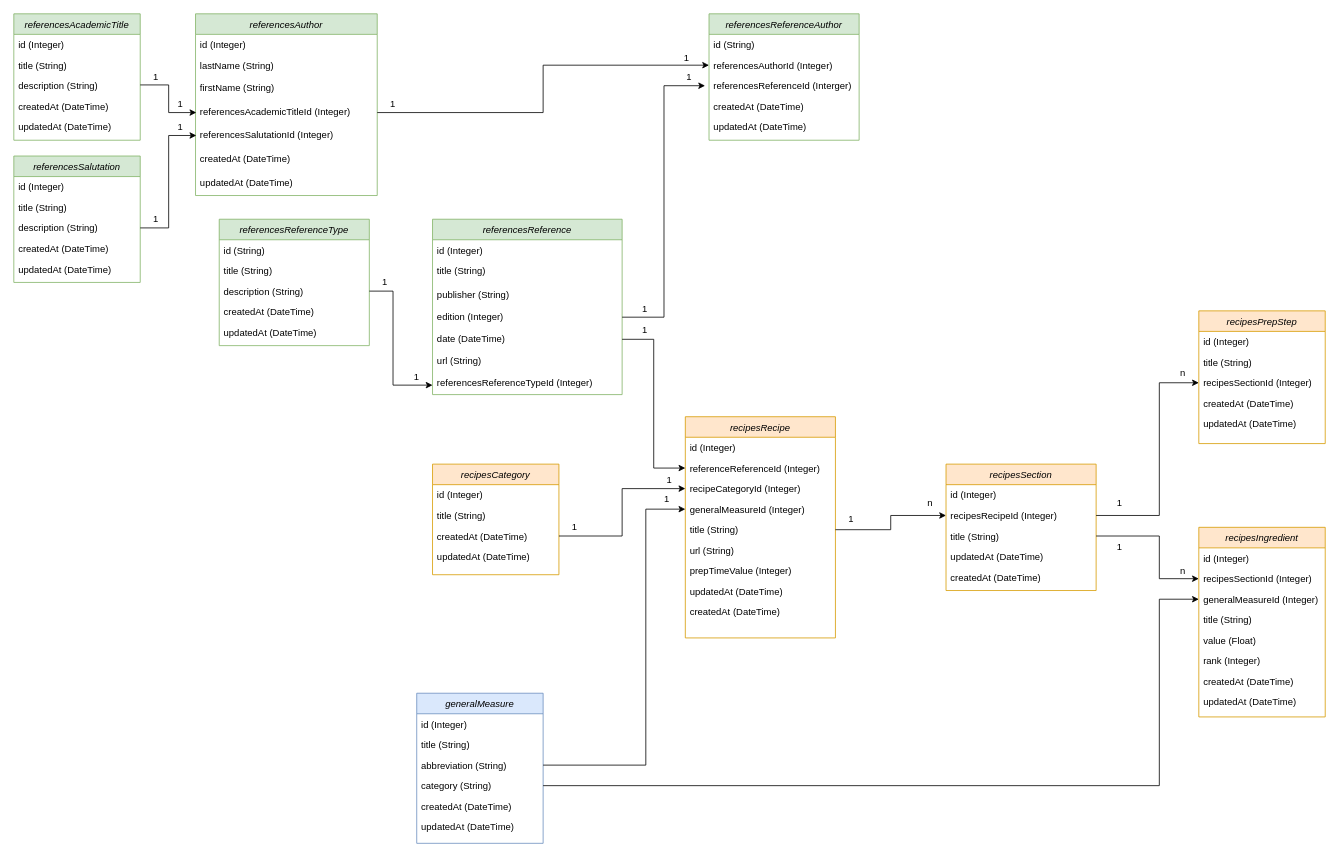
PfMartin/weGoNice keeps this draw.io diagram as documentation/backend/database-model/2021-11-08_Database-Model.drawio. Above is the earlier version. Source tidied: cells renumbered, new cells numbered last; positions are measured from the earlier drawing's top-left corner, leaving out a move shared by most shapes. Both pictures are drawn from the tidied source at 79%, with x=0, y=0 at pixel (13, 13).
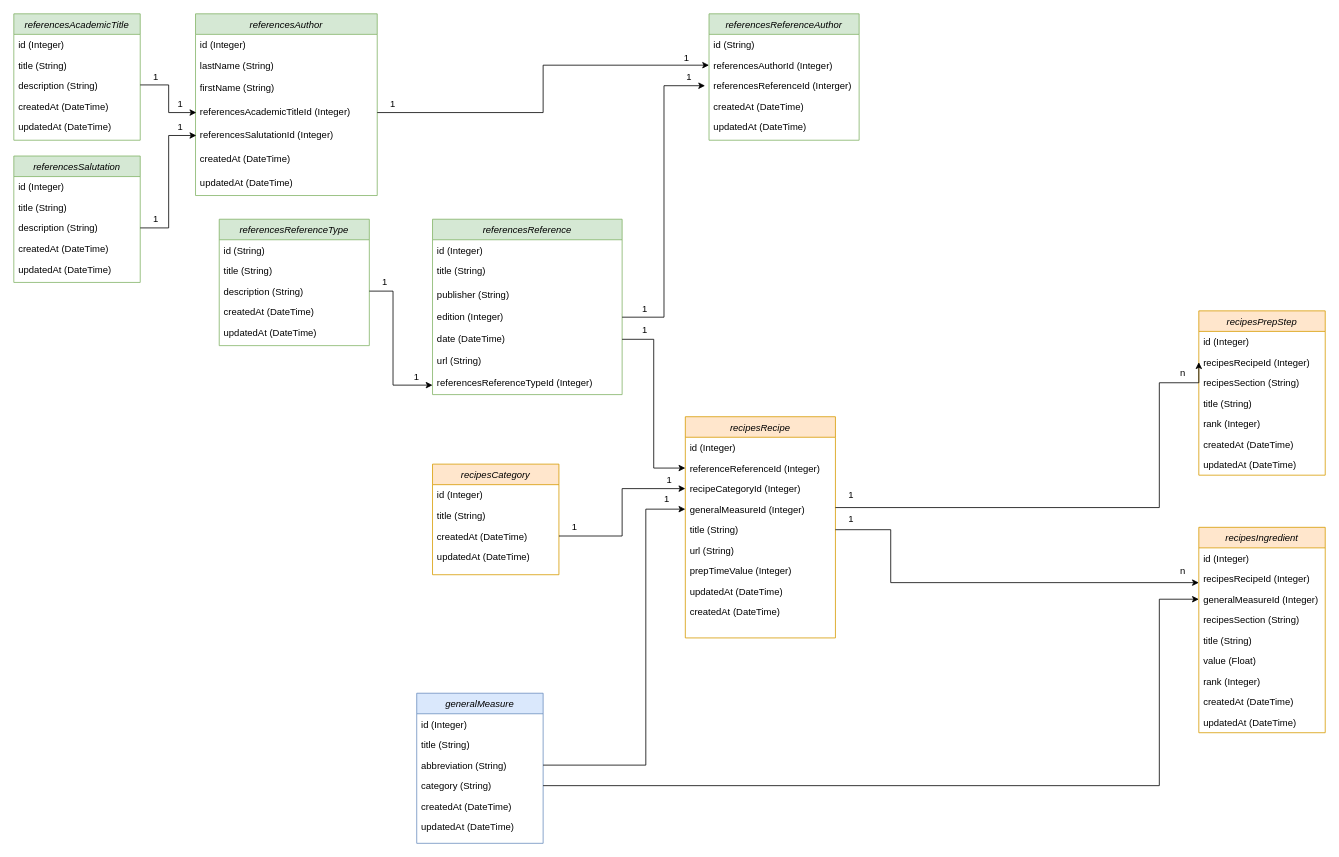
Above is the later version.

Commit message (it also covers changes not shown here):
Added the field 'recipeSection' to 'prepSteps' and 'ingredients' and updated the database documentation

The change refers to these unchanged cells:
```xml
<mxCell id="81" value="title (String)" style="text;align=left;verticalAlign=top;spacingLeft=4;spacingRight=4;overflow=hidden;points=[[0,0.5],[1,0.5]];portConstraint=eastwest;rounded=0;shadow=0;html=0;" parent="76" vertex="1">
  <mxGeometry y="130" width="190" height="26" as="geometry" />
</mxCell>
<mxCell id="110" value="1" style="text;html=1;strokeColor=none;fillColor=none;align=center;verticalAlign=middle;whiteSpace=wrap;rounded=0;" parent="1" vertex="1">
  <mxGeometry x="1040" y="625" width="40" height="30" as="geometry" />
</mxCell>
<mxCell id="114" value="n" style="text;html=1;strokeColor=none;fillColor=none;align=center;verticalAlign=middle;whiteSpace=wrap;rounded=0;" parent="1" vertex="1">
  <mxGeometry x="1460" y="690" width="40" height="30" as="geometry" />
</mxCell>
```

Diff of the diagram source:
```diff
@@
     <mxCell id="62" value="recipesIngredient" style="swimlane;fontStyle=2;align=center;verticalAlign=top;horizontal=1;startSize=26;rounded=0;shadow=0;strokeWidth=1;fillColor=#ffe6cc;strokeColor=#d79b00;" parent="1" vertex="1">
-      <mxGeometry x="1500" y="650" width="160" height="240" as="geometry" />
+      <mxGeometry x="1500" y="650" width="160" height="260" as="geometry" />
     </mxCell>
@@
-    <mxCell id="64" value="recipesSectionId (Integer)" style="text;align=left;verticalAlign=top;spacingLeft=4;spacingRight=4;overflow=hidden;points=[[0,0.5],[1,0.5]];portConstraint=eastwest;rounded=0;shadow=0;html=0;" parent="62" vertex="1">
+    <mxCell id="64" value="recipesRecipeId (Integer)" style="text;align=left;verticalAlign=top;spacingLeft=4;spacingRight=4;overflow=hidden;points=[[0,0.5],[1,0.5]];portConstraint=eastwest;rounded=0;shadow=0;html=0;" parent="62" vertex="1">
       <mxGeometry y="52" width="160" height="26" as="geometry" />
     </mxCell>
@@
+    <mxCell id="118" value="recipesSection (String)" style="text;align=left;verticalAlign=top;spacingLeft=4;spacingRight=4;overflow=hidden;rounded=0;shadow=0;html=0;" parent="62" vertex="1">
+      <mxGeometry y="104" width="160" height="26" as="geometry" />
+    </mxCell>
     <mxCell id="66" value="title (String)" style="text;align=left;verticalAlign=top;spacingLeft=4;spacingRight=4;overflow=hidden;rounded=0;shadow=0;html=0;" parent="62" vertex="1">
-      <mxGeometry y="104" width="160" height="26" as="geometry" />
+      <mxGeometry y="130" width="160" height="26" as="geometry" />
     </mxCell>
     <mxCell id="67" value="value (Float)" style="text;align=left;verticalAlign=top;spacingLeft=4;spacingRight=4;overflow=hidden;rounded=0;shadow=0;html=0;" parent="62" vertex="1">
-      <mxGeometry y="130" width="160" height="26" as="geometry" />
+      <mxGeometry y="156" width="160" height="26" as="geometry" />
     </mxCell>
     <mxCell id="68" value="rank (Integer)" style="text;align=left;verticalAlign=top;spacingLeft=4;spacingRight=4;overflow=hidden;rounded=0;shadow=0;html=0;" parent="62" vertex="1">
-      <mxGeometry y="156" width="160" height="26" as="geometry" />
+      <mxGeometry y="182" width="160" height="26" as="geometry" />
     </mxCell>
     <mxCell id="69" value="createdAt (DateTime)" style="text;align=left;verticalAlign=top;spacingLeft=4;spacingRight=4;overflow=hidden;rounded=0;shadow=0;html=0;" parent="62" vertex="1">
-      <mxGeometry y="182" width="160" height="26" as="geometry" />
+      <mxGeometry y="208" width="160" height="26" as="geometry" />
     </mxCell>
     <mxCell id="70" value="updatedAt (DateTime)" style="text;align=left;verticalAlign=top;spacingLeft=4;spacingRight=4;overflow=hidden;rounded=0;shadow=0;html=0;" parent="62" vertex="1">
-      <mxGeometry y="208" width="160" height="26" as="geometry" />
+      <mxGeometry y="234" width="160" height="26" as="geometry" />
     </mxCell>
@@
     <mxCell id="93" value="recipesPrepStep" style="swimlane;fontStyle=2;align=center;verticalAlign=top;horizontal=1;startSize=26;rounded=0;shadow=0;strokeWidth=1;fillColor=#ffe6cc;strokeColor=#d79b00;" parent="1" vertex="1">
-      <mxGeometry x="1500" y="376" width="160" height="168" as="geometry" />
+      <mxGeometry x="1500" y="376" width="160" height="208" as="geometry" />
     </mxCell>
@@
+    <mxCell id="96" value="recipesRecipeId (Integer)" style="text;align=left;verticalAlign=top;spacingLeft=4;spacingRight=4;overflow=hidden;points=[[0,0.5],[1,0.5]];portConstraint=eastwest;rounded=0;shadow=0;html=0;" parent="93" vertex="1">
+      <mxGeometry y="52" width="160" height="26" as="geometry" />
+    </mxCell>
+    <mxCell id="119" value="recipesSection (String)" style="text;align=left;verticalAlign=top;spacingLeft=4;spacingRight=4;overflow=hidden;rounded=0;shadow=0;html=0;" parent="93" vertex="1">
+      <mxGeometry y="78" width="160" height="26" as="geometry" />
+    </mxCell>
     <mxCell id="95" value="title (String)" style="text;align=left;verticalAlign=top;spacingLeft=4;spacingRight=4;overflow=hidden;rounded=0;shadow=0;html=0;" parent="93" vertex="1">
-      <mxGeometry y="52" width="160" height="26" as="geometry" />
+      <mxGeometry y="104" width="160" height="26" as="geometry" />
     </mxCell>
-    <mxCell id="96" value="recipesSectionId (Integer)" style="text;align=left;verticalAlign=top;spacingLeft=4;spacingRight=4;overflow=hidden;points=[[0,0.5],[1,0.5]];portConstraint=eastwest;rounded=0;shadow=0;html=0;" parent="93" vertex="1">
-      <mxGeometry y="78" width="160" height="26" as="geometry" />
-    </mxCell>
+    <mxCell id="120" value="rank (Integer)" style="text;align=left;verticalAlign=top;spacingLeft=4;spacingRight=4;overflow=hidden;rounded=0;shadow=0;html=0;" parent="93" vertex="1">
+      <mxGeometry y="130" width="160" height="26" as="geometry" />
+    </mxCell>
     <mxCell id="97" value="createdAt (DateTime)" style="text;align=left;verticalAlign=top;spacingLeft=4;spacingRight=4;overflow=hidden;rounded=0;shadow=0;html=0;" parent="93" vertex="1">
-      <mxGeometry y="104" width="160" height="26" as="geometry" />
+      <mxGeometry y="156" width="160" height="26" as="geometry" />
     </mxCell>
     <mxCell id="98" value="updatedAt (DateTime)" style="text;align=left;verticalAlign=top;spacingLeft=4;spacingRight=4;overflow=hidden;rounded=0;shadow=0;html=0;" parent="93" vertex="1">
-      <mxGeometry y="130" width="160" height="26" as="geometry" />
+      <mxGeometry y="182" width="160" height="26" as="geometry" />
     </mxCell>
@@
-    <mxCell id="103" value="recipesSection" style="swimlane;fontStyle=2;align=center;verticalAlign=top;horizontal=1;startSize=26;rounded=0;shadow=0;strokeWidth=1;fillColor=#ffe6cc;strokeColor=#d79b00;" parent="1" vertex="1">
-      <mxGeometry x="1180" y="570" width="190" height="160" as="geometry" />
-    </mxCell>
-    <mxCell id="104" value="id (Integer)" style="text;align=left;verticalAlign=top;spacingLeft=4;spacingRight=4;overflow=hidden;" parent="103" vertex="1">
-      <mxGeometry y="26" width="190" height="26" as="geometry" />
-    </mxCell>
-    <mxCell id="105" value="recipesRecipeId (Integer)" style="text;align=left;verticalAlign=top;spacingLeft=4;spacingRight=4;overflow=hidden;points=[[0,0.5],[1,0.5]];portConstraint=eastwest;rounded=0;shadow=0;html=0;" parent="103" vertex="1">
-      <mxGeometry y="52" width="190" height="26" as="geometry" />
-    </mxCell>
-    <mxCell id="106" value="title (String)" style="text;align=left;verticalAlign=top;spacingLeft=4;spacingRight=4;overflow=hidden;points=[[0,0.5],[1,0.5]];portConstraint=eastwest;rounded=0;shadow=0;html=0;" parent="103" vertex="1">
-      <mxGeometry y="78" width="190" height="26" as="geometry" />
-    </mxCell>
-    <mxCell id="107" value="updatedAt (DateTime)" style="text;align=left;verticalAlign=top;spacingLeft=4;spacingRight=4;overflow=hidden;rounded=0;shadow=0;html=0;" parent="103" vertex="1">
-      <mxGeometry y="104" width="190" height="26" as="geometry" />
-    </mxCell>
-    <mxCell id="108" value="createdAt (DateTime)" style="text;align=left;verticalAlign=top;spacingLeft=4;spacingRight=4;overflow=hidden;rounded=0;shadow=0;html=0;" parent="103" vertex="1">
-      <mxGeometry y="130" width="190" height="26" as="geometry" />
-    </mxCell>
-    <mxCell id="109" style="edgeStyle=orthogonalEdgeStyle;rounded=0;jettySize=auto;html=1;exitX=1;exitY=0.5;exitDx=0;exitDy=0;entryX=0;entryY=0.5;entryDx=0;entryDy=0;" parent="1" edge="1" source="81" target="105">
+    <mxCell id="109" style="edgeStyle=orthogonalEdgeStyle;rounded=0;jettySize=auto;html=1;exitX=1;exitY=0.5;exitDx=0;exitDy=0;entryX=1;entryY=1;entryDx=0;entryDy=0;" parent="1" edge="1" source="81" target="114">
       <mxGeometry relative="1" as="geometry">
         <Array as="points">
           <mxPoint x="1110" y="653" />
-          <mxPoint x="1110" y="635" />
+          <mxPoint x="1110" y="720" />
         </Array>
       </mxGeometry>
     </mxCell>
@@
-    <mxCell id="111" value="n" style="text;html=1;strokeColor=none;fillColor=none;align=center;verticalAlign=middle;whiteSpace=wrap;rounded=0;" parent="1" vertex="1">
-      <mxGeometry x="1140" y="605" width="40" height="30" as="geometry" />
-    </mxCell>
-    <mxCell id="112" style="edgeStyle=orthogonalEdgeStyle;rounded=0;jettySize=auto;html=1;exitX=1;exitY=0.5;exitDx=0;exitDy=0;entryX=0;entryY=0.5;entryDx=0;entryDy=0;" parent="1" edge="1" source="105" target="96">
+    <mxCell id="112" style="edgeStyle=orthogonalEdgeStyle;rounded=0;jettySize=auto;html=1;exitX=0;exitY=0;exitDx=0;exitDy=0;entryX=0;entryY=0.5;entryDx=0;entryDy=0;" parent="1" edge="1" source="110" target="96">
       <mxGeometry relative="1" as="geometry">
         <Array as="points">
-          <mxPoint x="1450" y="635" />
+          <mxPoint x="1450" y="625" />
           <mxPoint x="1450" y="467" />
         </Array>
       </mxGeometry>
     </mxCell>
-    <mxCell id="113" style="edgeStyle=orthogonalEdgeStyle;rounded=0;jettySize=auto;html=1;exitX=1;exitY=0.5;exitDx=0;exitDy=0;entryX=0;entryY=0.5;entryDx=0;entryDy=0;" parent="1" edge="1" source="106" target="64">
-      <mxGeometry relative="1" as="geometry">
-        <Array as="points">
-          <mxPoint x="1450" y="661" />
-          <mxPoint x="1450" y="715" />
-        </Array>
-      </mxGeometry>
-    </mxCell>
@@
     <mxCell id="116" value="1" style="text;html=1;strokeColor=none;fillColor=none;align=center;verticalAlign=middle;whiteSpace=wrap;rounded=0;" parent="1" vertex="1">
-      <mxGeometry x="1380" y="605" width="40" height="30" as="geometry" />
+      <mxGeometry x="1040" y="595" width="40" height="30" as="geometry" />
     </mxCell>
-    <mxCell id="117" value="1" style="text;html=1;strokeColor=none;fillColor=none;align=center;verticalAlign=middle;whiteSpace=wrap;rounded=0;" parent="1" vertex="1">
-      <mxGeometry x="1380" y="660" width="40" height="30" as="geometry" />
-    </mxCell>
```
